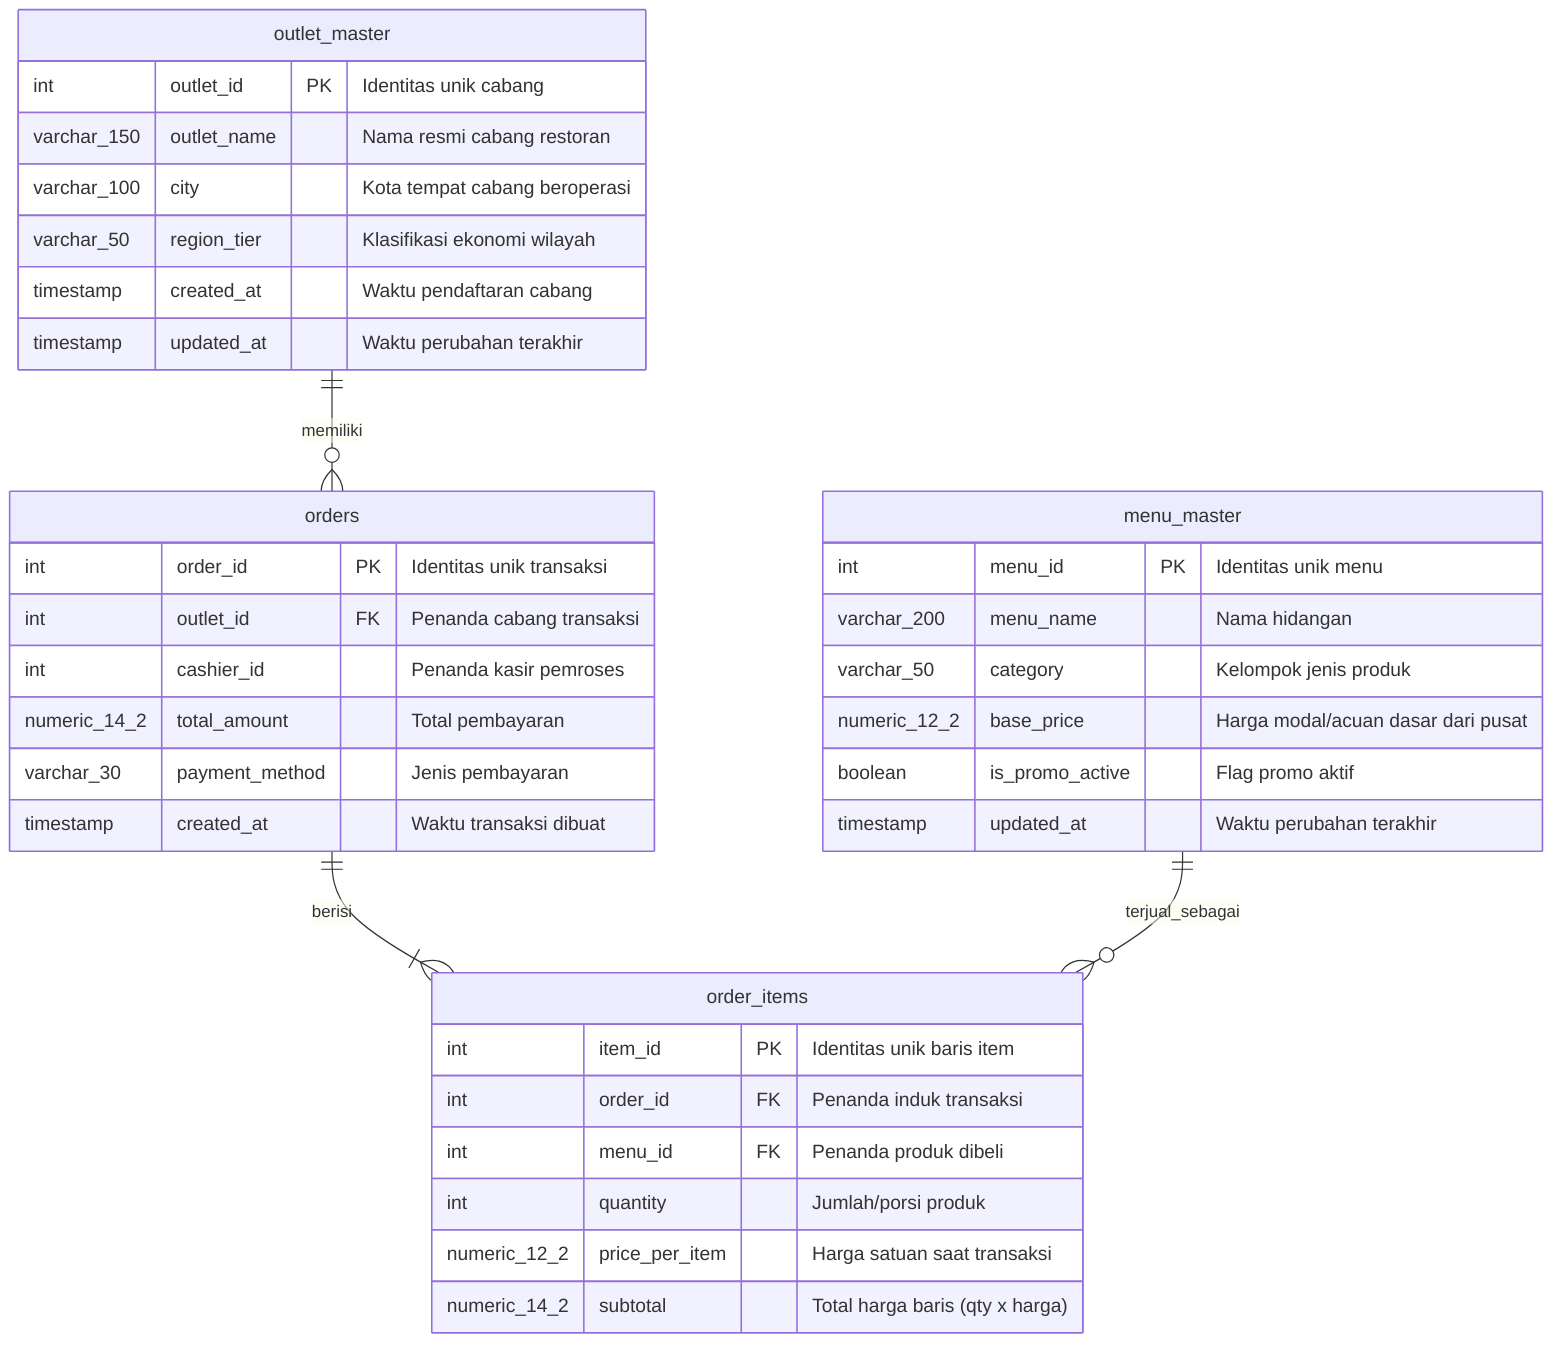
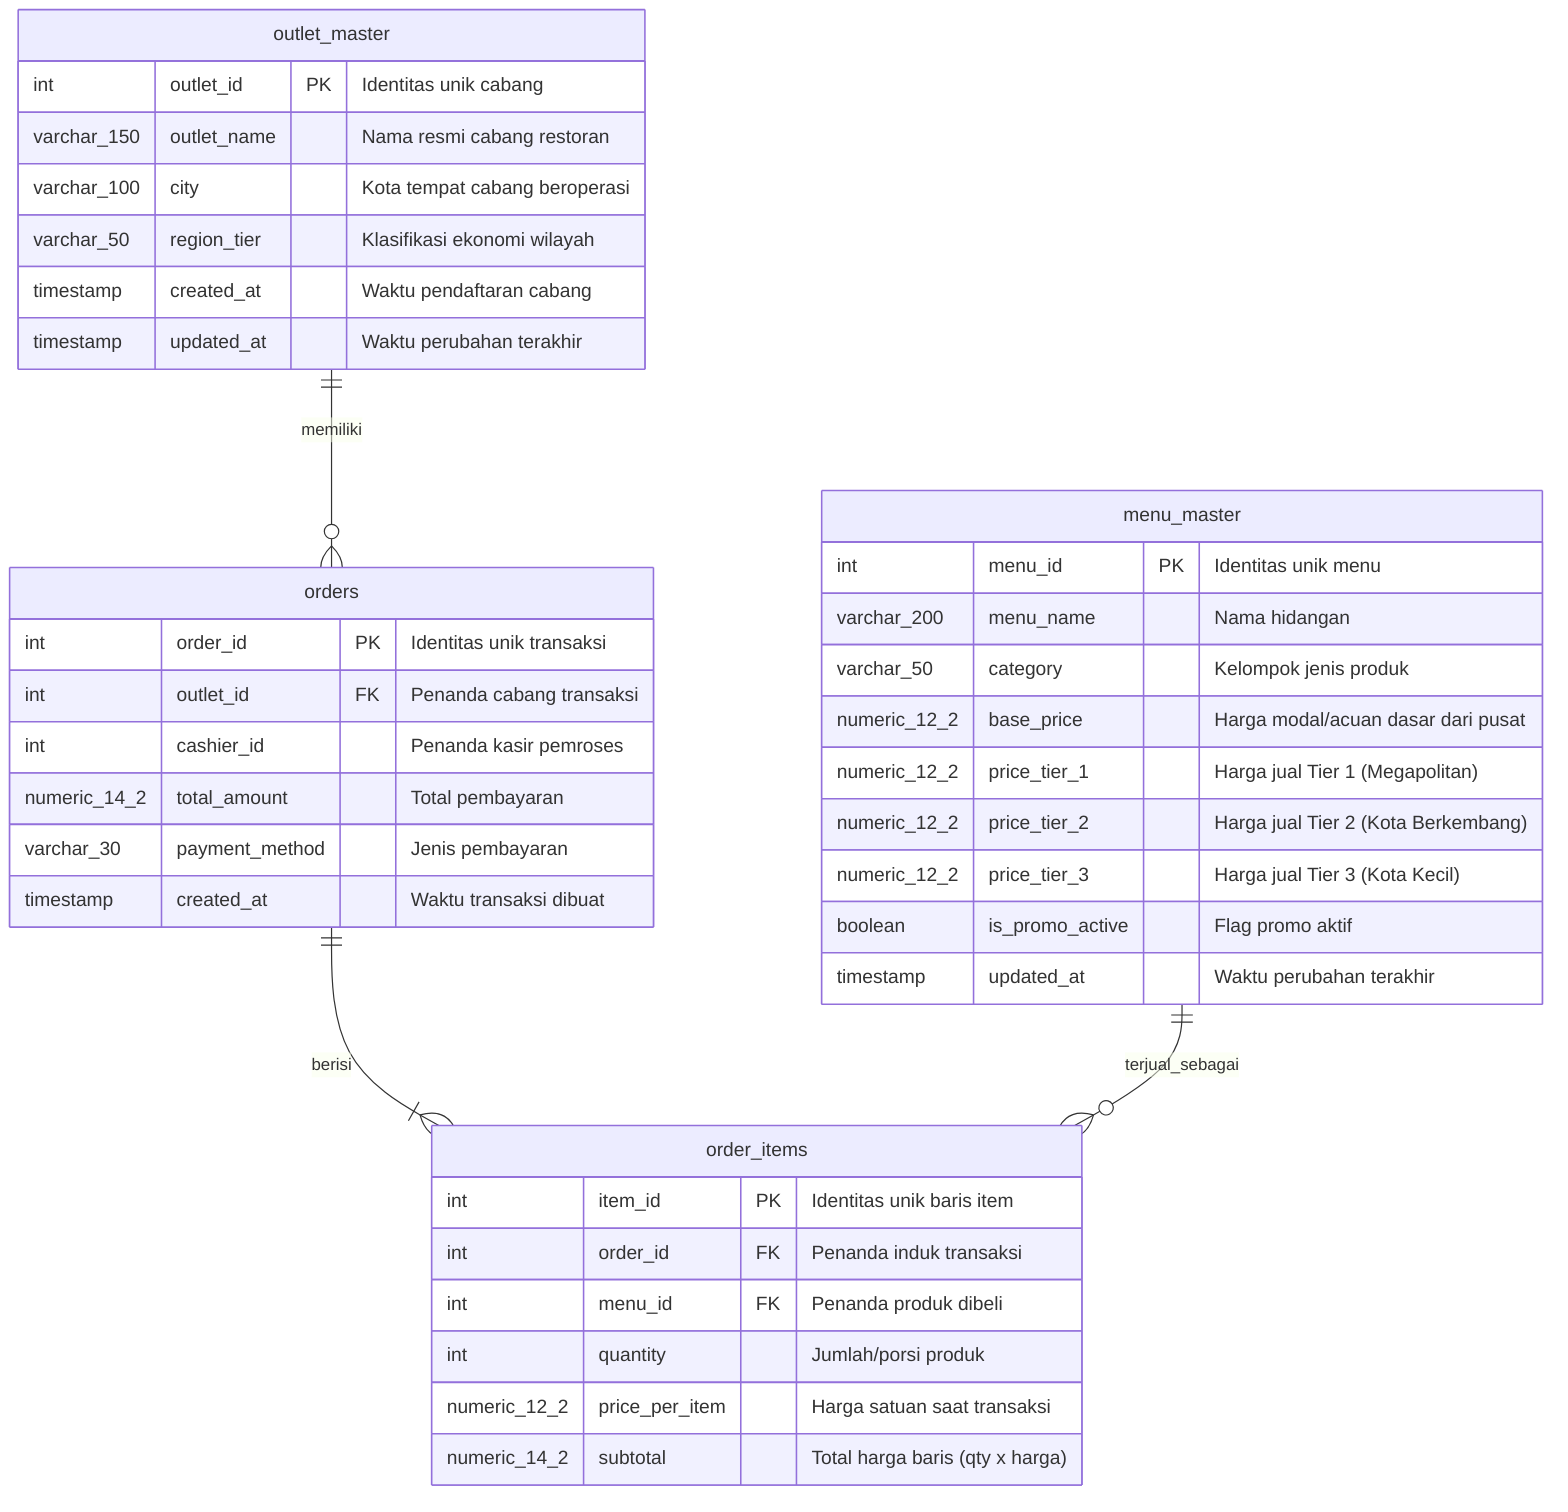
erDiagram
    %% =========================================================================
    %% ERD — Database OLTP Franchise
    %% Engine: PostgreSQL
    %% =========================================================================

    outlet_master {
        int               outlet_id         PK  "Identitas unik cabang"
        varchar_150       outlet_name           "Nama resmi cabang restoran"
        varchar_100       city                  "Kota tempat cabang beroperasi"
        varchar_50        region_tier           "Klasifikasi ekonomi wilayah"
        timestamp         created_at            "Waktu pendaftaran cabang"
        timestamp         updated_at            "Waktu perubahan terakhir"
    }

    menu_master {
        int               menu_id           PK  "Identitas unik menu"
        varchar_200       menu_name             "Nama hidangan"
        varchar_50        category              "Kelompok jenis produk"
        numeric_12_2      base_price            "Harga modal/acuan dasar dari pusat"
+         numeric_12_2      price_tier_1          "Harga jual Tier 1 (Megapolitan)"
+         numeric_12_2      price_tier_2          "Harga jual Tier 2 (Kota Berkembang)"
+         numeric_12_2      price_tier_3          "Harga jual Tier 3 (Kota Kecil)"
        boolean           is_promo_active       "Flag promo aktif"
        timestamp         updated_at            "Waktu perubahan terakhir"
    }

    orders {
        int               order_id          PK  "Identitas unik transaksi"
        int               outlet_id         FK  "Penanda cabang transaksi"
        int               cashier_id            "Penanda kasir pemroses"
        numeric_14_2      total_amount          "Total pembayaran"
        varchar_30        payment_method        "Jenis pembayaran"
        timestamp         created_at            "Waktu transaksi dibuat"
    }

    order_items {
        int               item_id           PK  "Identitas unik baris item"
        int               order_id          FK  "Penanda induk transaksi"
        int               menu_id           FK  "Penanda produk dibeli"
        int               quantity              "Jumlah/porsi produk"
        numeric_12_2      price_per_item        "Harga satuan saat transaksi"
        numeric_14_2      subtotal              "Total harga baris (qty x harga)"
    }

    %% =========================================================================
    %% Relationships
    %% =========================================================================

    outlet_master  ||--o{ orders       : "memiliki"
    orders         ||--|{ order_items  : "berisi"
    menu_master    ||--o{ order_items  : "terjual_sebagai"
